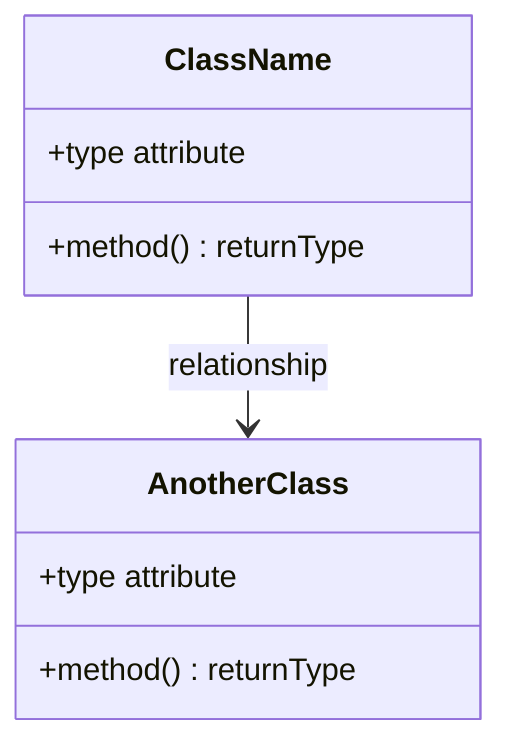
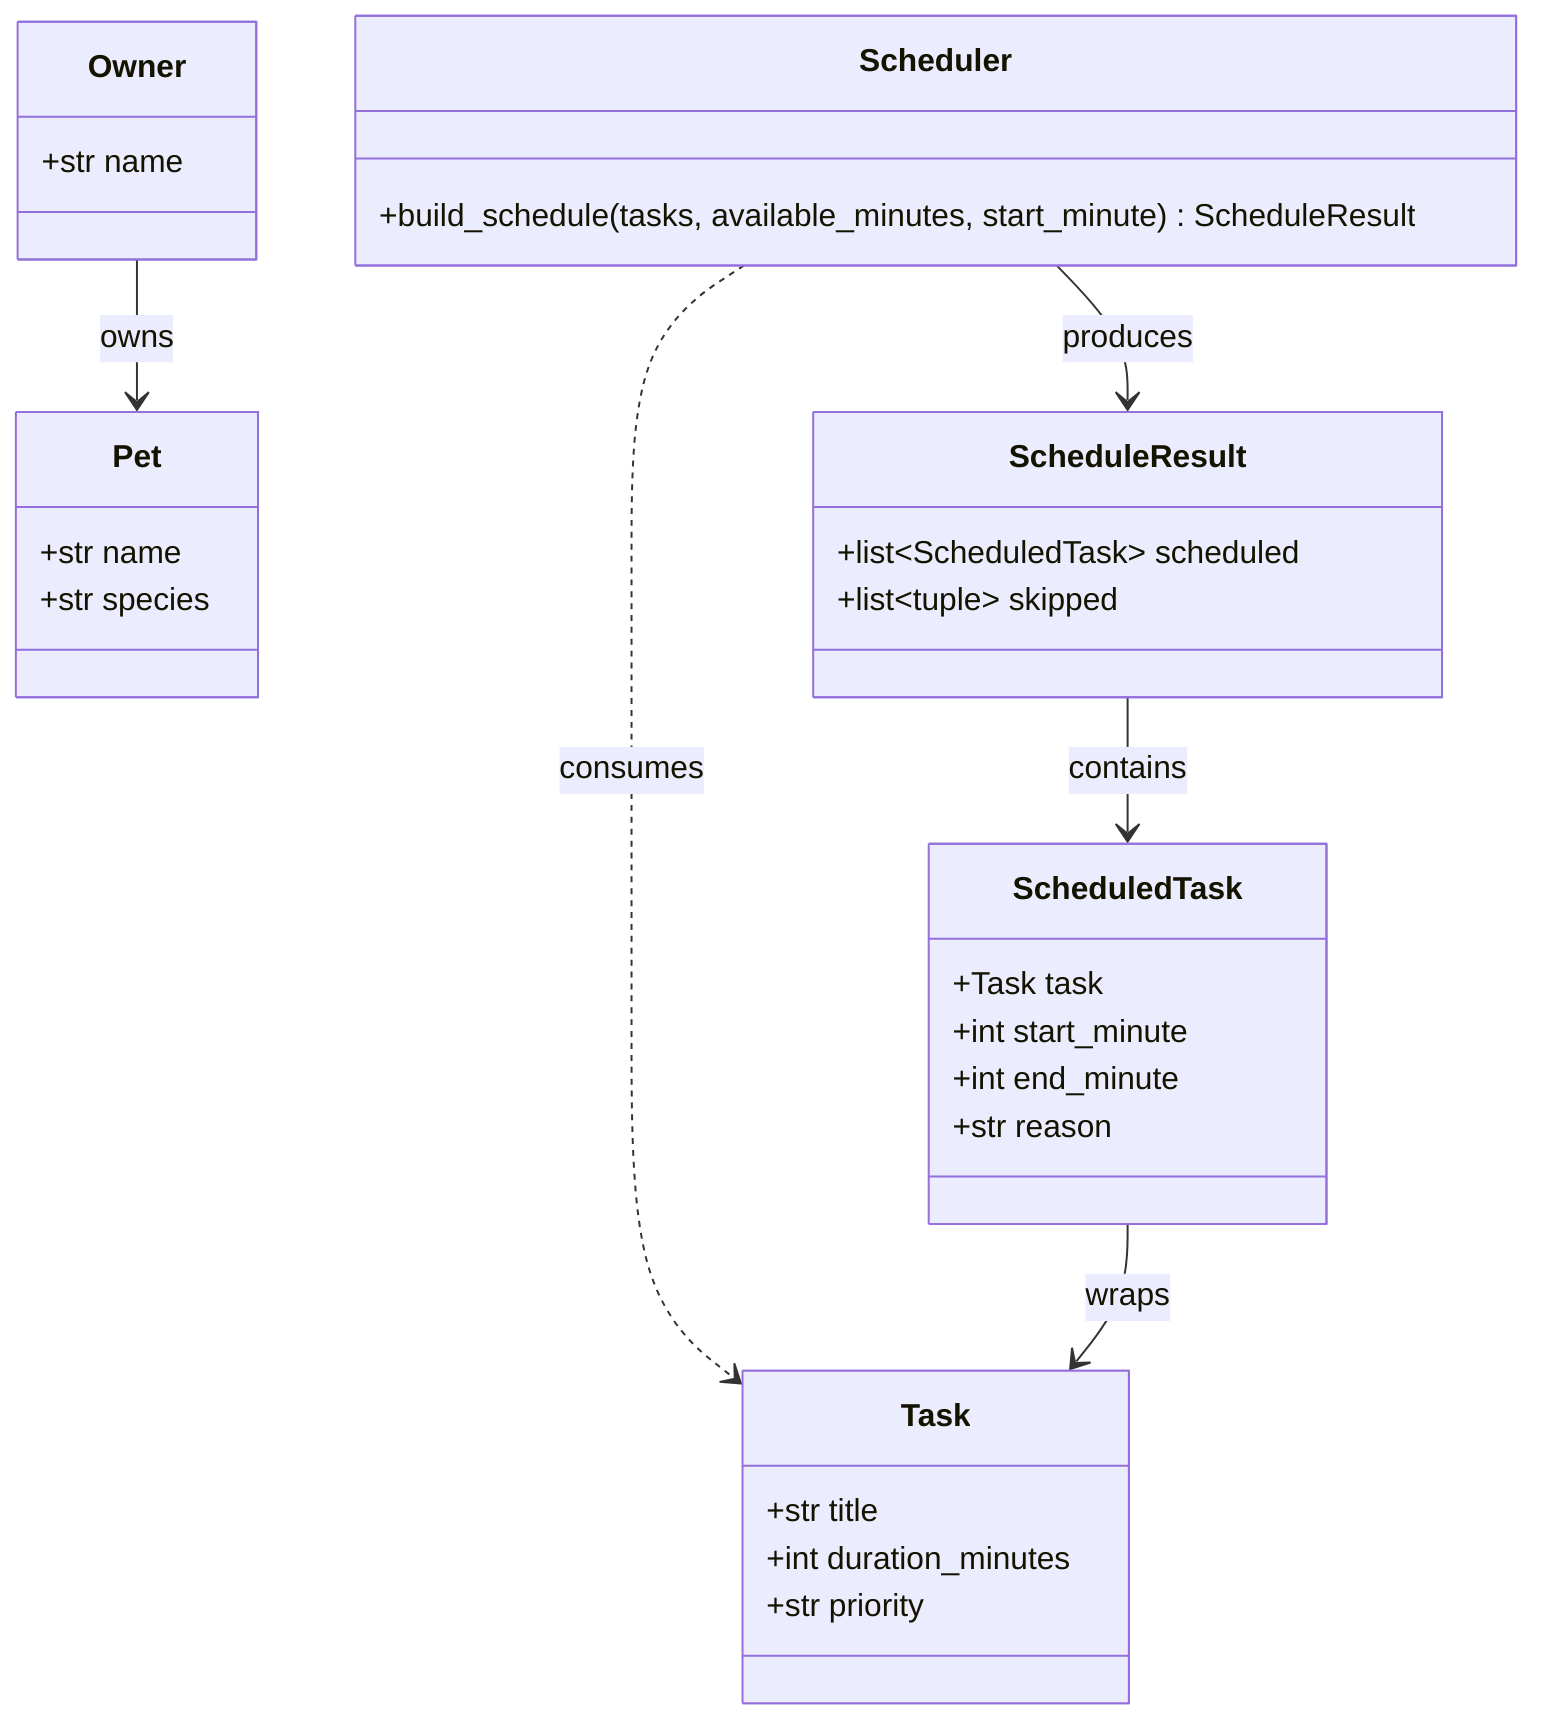
classDiagram
-     %% Replace the placeholders below with your actual classes, attributes, methods, and relationships.
-     %% Keep this file updated so it matches your final implementation.
- 
-     class ClassName {
-         +type attribute
-         +method() returnType
+     class Task {
+         +str title
+         +int duration_minutes
+         +str priority
    }

-     class AnotherClass {
-         +type attribute
-         +method() returnType
+     class Pet {
+         +str name
+         +str species
    }

-     ClassName --> AnotherClass : relationship
+     class Owner {
+         +str name
+     }
+ 
+     class ScheduledTask {
+         +Task task
+         +int start_minute
+         +int end_minute
+         +str reason
+     }
+ 
+     class ScheduleResult {
+         +list~ScheduledTask~ scheduled
+         +list~tuple~ skipped
+     }
+ 
+     class Scheduler {
+         +build_schedule(tasks, available_minutes, start_minute) ScheduleResult
+     }
+ 
+     Owner --> Pet : owns
+     Scheduler ..> Task : consumes
+     Scheduler --> ScheduleResult : produces
+     ScheduleResult --> ScheduledTask : contains
+     ScheduledTask --> Task : wraps
